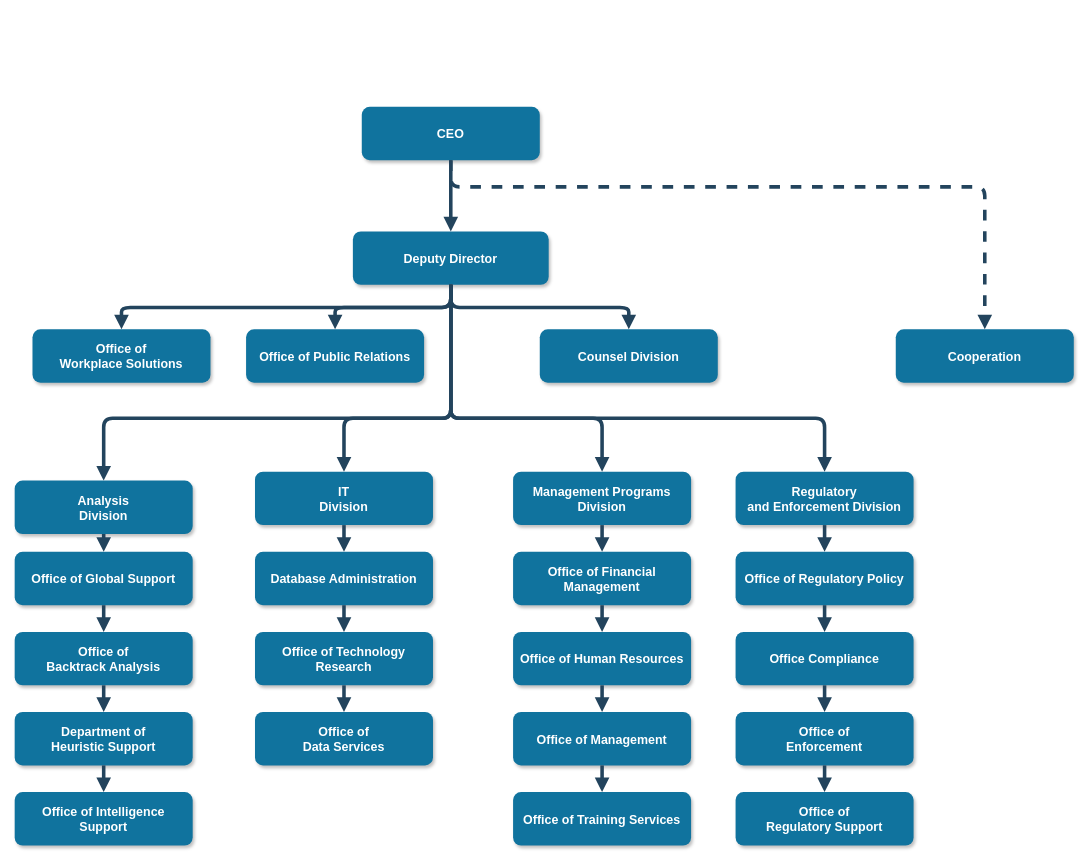
Before: organization-chart-fti.drawio in MbalamulaS/tech-diagrams, a draw.io diagram. Source tidied: cells renumbered, new cells numbered last; positions are measured from the earlier drawing's top-left corner, leaving out a move shared by most shapes. Both pictures are drawn from the tidied source at 89%, with x=0, y=0 at pixel (14, 107).
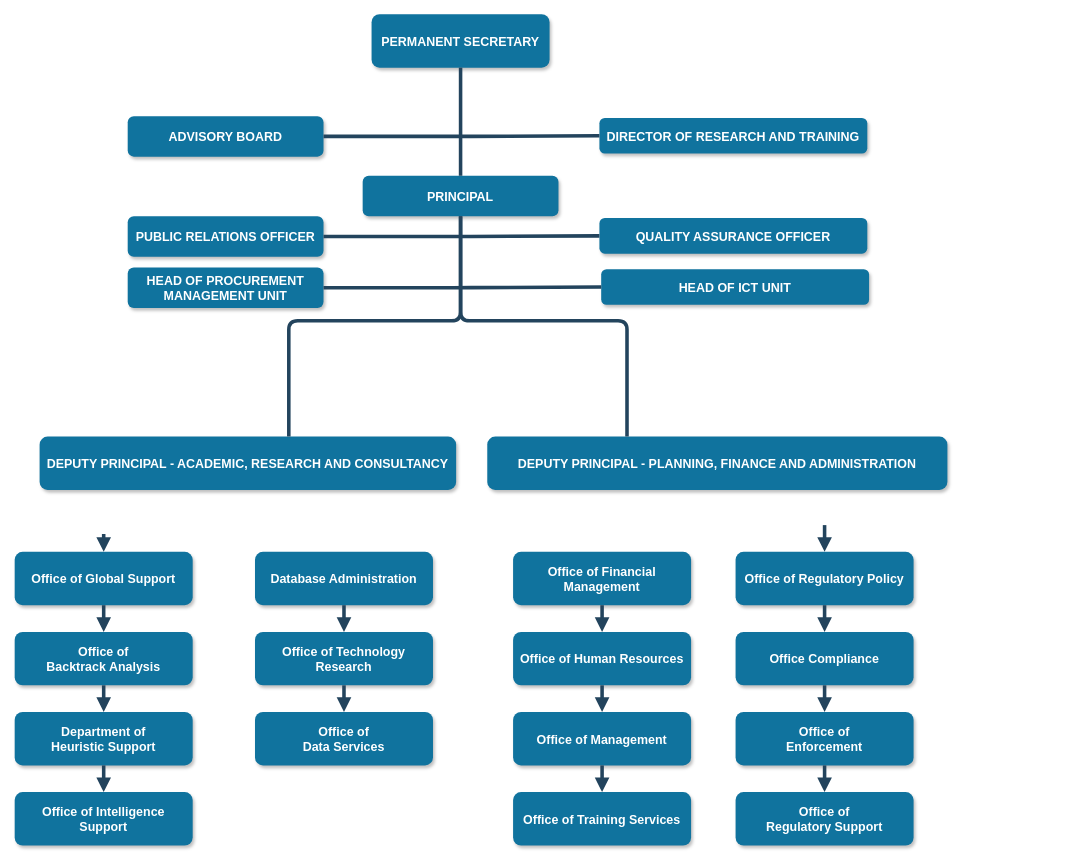
Above is the later version.

The change refers to these unchanged cells:
```xml
<mxCell id="9" value="Office of Global Support" style="rounded=1;fillColor=#10739E;strokeColor=none;shadow=1;gradientColor=none;fontStyle=1;fontColor=#FFFFFF;fontSize=14;" parent="1" vertex="1">
  <mxGeometry y="499.5" width="200" height="60" as="geometry" />
</mxCell>
<mxCell id="14" value="Database Administration" style="rounded=1;fillColor=#10739E;strokeColor=none;shadow=1;gradientColor=none;fontStyle=1;fontColor=#FFFFFF;fontSize=14;" parent="1" vertex="1">
  <mxGeometry x="270" y="499.5" width="200" height="60" as="geometry" />
</mxCell>
<mxCell id="18" value="Office of Financial &#10;Management" style="rounded=1;fillColor=#10739E;strokeColor=none;shadow=1;gradientColor=none;fontStyle=1;fontColor=#FFFFFF;fontSize=14;" parent="1" vertex="1">
  <mxGeometry x="560" y="499.5" width="200" height="60" as="geometry" />
</mxCell>
<mxCell id="23" value="Office of Regulatory Policy" style="rounded=1;fillColor=#10739E;strokeColor=none;shadow=1;gradientColor=none;fontStyle=1;fontColor=#FFFFFF;fontSize=14;" parent="1" vertex="1">
  <mxGeometry x="810" y="499.5" width="200" height="60" as="geometry" />
</mxCell>
```

Diff of the diagram source:
```diff
@@
-    <mxCell id="2" value="CEO" style="rounded=1;fillColor=#10739E;strokeColor=none;shadow=1;gradientColor=none;fontStyle=1;fontColor=#FFFFFF;fontSize=14;" parent="1" vertex="1">
-      <mxGeometry x="390" y="-0.5" width="200" height="60" as="geometry" />
+    <mxCell id="2" value="PERMANENT SECRETARY" style="rounded=1;fillColor=#10739E;strokeColor=none;shadow=1;gradientColor=none;fontStyle=1;fontColor=#FFFFFF;fontSize=14;" parent="1" vertex="1">
+      <mxGeometry x="401" y="-104.5" width="200" height="60" as="geometry" />
     </mxCell>
-    <mxCell id="3" value="Deputy Director" style="rounded=1;fillColor=#10739E;strokeColor=none;shadow=1;gradientColor=none;fontStyle=1;fontColor=#FFFFFF;fontSize=14;" parent="1" vertex="1">
-      <mxGeometry x="380" y="139.5" width="220" height="60" as="geometry" />
+    <mxCell id="3" value="PRINCIPAL" style="rounded=1;fillColor=#10739E;strokeColor=none;shadow=1;gradientColor=none;fontStyle=1;fontColor=#FFFFFF;fontSize=14;" parent="1" vertex="1">
+      <mxGeometry x="391" y="77" width="220" height="45.5" as="geometry" />
     </mxCell>
-    <mxCell id="4" value="Office of &#10;Workplace Solutions" style="rounded=1;fillColor=#10739E;strokeColor=none;shadow=1;gradientColor=none;fontStyle=1;fontColor=#FFFFFF;fontSize=14;" parent="1" vertex="1">
-      <mxGeometry x="20" y="249.5" width="200" height="60" as="geometry" />
-    </mxCell>
-    <mxCell id="5" value="Office of Public Relations" style="rounded=1;fillColor=#10739E;strokeColor=none;shadow=1;gradientColor=none;fontStyle=1;fontColor=#FFFFFF;fontSize=14;" parent="1" vertex="1">
-      <mxGeometry x="260" y="249.5" width="200" height="60" as="geometry" />
-    </mxCell>
-    <mxCell id="6" value="Counsel Division" style="rounded=1;fillColor=#10739E;strokeColor=none;shadow=1;gradientColor=none;fontStyle=1;fontColor=#FFFFFF;fontSize=14;" parent="1" vertex="1">
-      <mxGeometry x="590" y="249.5" width="200" height="60" as="geometry" />
-    </mxCell>
-    <mxCell id="7" value="Cooperation" style="rounded=1;fillColor=#10739E;strokeColor=none;shadow=1;gradientColor=none;fontStyle=1;fontColor=#FFFFFF;fontSize=14;" parent="1" vertex="1">
-      <mxGeometry x="990" y="249.5" width="200" height="60" as="geometry" />
-    </mxCell>
-    <mxCell id="8" value="Analysis &#10;Division" style="rounded=1;fillColor=#10739E;strokeColor=none;shadow=1;gradientColor=none;fontStyle=1;fontColor=#FFFFFF;fontSize=14;" parent="1" vertex="1">
-      <mxGeometry y="419.5" width="200" height="60" as="geometry" />
-    </mxCell>
@@
-    <mxCell id="13" value="IT&#10;Division" style="rounded=1;fillColor=#10739E;strokeColor=none;shadow=1;gradientColor=none;fontStyle=1;fontColor=#FFFFFF;fontSize=14;" parent="1" vertex="1">
-      <mxGeometry x="270" y="409.5" width="200" height="60" as="geometry" />
+    <mxCell id="13" value="DEPUTY PRINCIPAL - ACADEMIC, RESEARCH AND CONSULTANCY" style="rounded=1;fillColor=#10739E;strokeColor=none;shadow=1;gradientColor=none;fontStyle=1;fontColor=#FFFFFF;fontSize=14;" parent="1" vertex="1">
+      <mxGeometry x="28" y="370" width="468" height="60" as="geometry" />
     </mxCell>
@@
-    <mxCell id="17" value="Management Programs &#10;Division" style="rounded=1;fillColor=#10739E;strokeColor=none;shadow=1;gradientColor=none;fontStyle=1;fontColor=#FFFFFF;fontSize=14;" parent="1" vertex="1">
-      <mxGeometry x="560" y="409.5" width="200" height="60" as="geometry" />
+    <mxCell id="17" value="DEPUTY PRINCIPAL - PLANNING, FINANCE AND ADMINISTRATION" style="rounded=1;fillColor=#10739E;strokeColor=none;shadow=1;gradientColor=none;fontStyle=1;fontColor=#FFFFFF;fontSize=14;" parent="1" vertex="1">
+      <mxGeometry x="531" y="370" width="517" height="60" as="geometry" />
     </mxCell>
@@
-    <mxCell id="22" value="Regulatory &#10;and Enforcement Division" style="rounded=1;fillColor=#10739E;strokeColor=none;shadow=1;gradientColor=none;fontStyle=1;fontColor=#FFFFFF;fontSize=14;" parent="1" vertex="1">
-      <mxGeometry x="810" y="409.5" width="200" height="60" as="geometry" />
-    </mxCell>
@@
-    <mxCell id="27" style="edgeStyle=elbowEdgeStyle;elbow=vertical;strokeWidth=4;endArrow=block;endFill=1;fontStyle=1;strokeColor=#23445D;" parent="1" edge="1" source="2" target="3">
+    <mxCell id="27" style="edgeStyle=elbowEdgeStyle;elbow=horizontal;strokeWidth=4;endArrow=none;endFill=1;fontStyle=1;strokeColor=#23445D;" parent="1" edge="1" source="2" target="3">
       <mxGeometry x="22" y="165.5" as="geometry" />
     </mxCell>
-    <mxCell id="28" style="edgeStyle=elbowEdgeStyle;elbow=vertical;strokeWidth=4;endArrow=block;endFill=1;fontStyle=1;strokeColor=#23445D;" parent="1" edge="1" source="3" target="5">
-      <mxGeometry x="22" y="165.5" as="geometry" />
-    </mxCell>
-    <mxCell id="29" style="edgeStyle=elbowEdgeStyle;elbow=vertical;strokeWidth=4;endArrow=block;endFill=1;fontStyle=1;strokeColor=#23445D;" parent="1" edge="1" source="3" target="4">
-      <mxGeometry x="22" y="165.5" as="geometry" />
-    </mxCell>
-    <mxCell id="30" style="edgeStyle=elbowEdgeStyle;elbow=vertical;strokeWidth=4;endArrow=block;endFill=1;fontStyle=1;strokeColor=#23445D;" parent="1" edge="1" source="3" target="6">
-      <mxGeometry x="22" y="165.5" as="geometry" />
-    </mxCell>
-    <mxCell id="31" style="edgeStyle=elbowEdgeStyle;elbow=vertical;strokeWidth=4;endArrow=block;endFill=1;fontStyle=1;dashed=1;strokeColor=#23445D;" parent="1" edge="1" source="2" target="7">
-      <mxGeometry x="22" y="165.5" as="geometry">
-        <Array as="points">
-          <mxPoint x="780" y="89.5" />
-        </Array>
-      </mxGeometry>
-    </mxCell>
-    <mxCell id="32" style="edgeStyle=elbowEdgeStyle;elbow=vertical;strokeWidth=4;endArrow=block;endFill=1;fontStyle=1;strokeColor=#23445D;" parent="1" edge="1" source="3" target="8">
-      <mxGeometry x="22" y="165.5" as="geometry">
-        <Array as="points">
-          <mxPoint x="270" y="349.5" />
-        </Array>
-      </mxGeometry>
-    </mxCell>
-    <mxCell id="33" style="edgeStyle=elbowEdgeStyle;elbow=vertical;strokeWidth=4;endArrow=block;endFill=1;fontStyle=1;strokeColor=#23445D;" parent="1" edge="1" source="3" target="22">
-      <mxGeometry x="22" y="165.5" as="geometry">
-        <Array as="points">
-          <mxPoint x="690" y="349.5" />
-        </Array>
-      </mxGeometry>
-    </mxCell>
-    <mxCell id="34" style="edgeStyle=elbowEdgeStyle;elbow=vertical;strokeWidth=4;endArrow=block;endFill=1;fontStyle=1;strokeColor=#23445D;" parent="1" edge="1" source="8" target="9">
-      <mxGeometry x="62" y="165.5" as="geometry" />
+    <mxCell id="34" style="edgeStyle=elbowEdgeStyle;elbow=vertical;strokeWidth=4;endArrow=block;endFill=1;fontStyle=1;strokeColor=#23445D;" parent="1" edge="1" target="9">
+      <mxGeometry x="62" y="165.5" as="geometry">
+        <mxPoint x="100" y="479.5" as="sourcePoint" />
+      </mxGeometry>
     </mxCell>
@@
-    <mxCell id="38" style="edgeStyle=elbowEdgeStyle;elbow=vertical;strokeWidth=4;endArrow=block;endFill=1;fontStyle=1;strokeColor=#23445D;" parent="1" edge="1" source="13" target="14">
-      <mxGeometry x="62" y="165.5" as="geometry" />
-    </mxCell>
@@
-    <mxCell id="41" style="edgeStyle=elbowEdgeStyle;elbow=vertical;strokeWidth=4;endArrow=block;endFill=1;fontStyle=1;strokeColor=#23445D;" parent="1" edge="1" source="17" target="18">
-      <mxGeometry x="72" y="165.5" as="geometry" />
-    </mxCell>
@@
-    <mxCell id="45" style="edgeStyle=elbowEdgeStyle;elbow=vertical;strokeWidth=4;endArrow=block;endFill=1;fontStyle=1;strokeColor=#23445D;" parent="1" edge="1" source="22" target="23">
-      <mxGeometry x="72" y="165.5" as="geometry" />
+    <mxCell id="45" style="edgeStyle=elbowEdgeStyle;elbow=vertical;strokeWidth=4;endArrow=block;endFill=1;fontStyle=1;strokeColor=#23445D;" parent="1" edge="1" target="23">
+      <mxGeometry x="72" y="165.5" as="geometry">
+        <mxPoint x="910" y="469.5" as="sourcePoint" />
+      </mxGeometry>
     </mxCell>
@@
-    <mxCell id="49" style="edgeStyle=elbowEdgeStyle;elbow=vertical;strokeWidth=4;endArrow=block;endFill=1;fontStyle=1;strokeColor=#23445D;" parent="1" edge="1" source="3" target="13">
+    <mxCell id="49" style="edgeStyle=elbowEdgeStyle;elbow=vertical;strokeWidth=4;endArrow=none;endFill=1;fontStyle=1;strokeColor=#23445D;" parent="1" edge="1" source="3">
       <mxGeometry x="22" y="165.5" as="geometry">
+        <mxPoint x="308" y="370" as="targetPoint" />
         <Array as="points">
-          <mxPoint x="370" y="349.5" />
+          <mxPoint x="308" y="240" />
         </Array>
       </mxGeometry>
     </mxCell>
-    <mxCell id="50" style="edgeStyle=elbowEdgeStyle;elbow=vertical;strokeWidth=4;endArrow=block;endFill=1;fontStyle=1;strokeColor=#23445D;" parent="1" edge="1" source="3" target="17">
+    <mxCell id="50" style="edgeStyle=elbowEdgeStyle;elbow=vertical;strokeWidth=4;endArrow=none;endFill=1;fontStyle=1;strokeColor=#23445D;" parent="1" edge="1" source="3">
       <mxGeometry x="22" y="165.5" as="geometry">
+        <mxPoint x="688" y="370" as="targetPoint" />
         <Array as="points">
-          <mxPoint x="660" y="349.5" />
+          <mxPoint x="688" y="240" />
         </Array>
       </mxGeometry>
     </mxCell>
+    <mxCell id="51" value="ADVISORY BOARD" style="rounded=1;fillColor=#10739E;strokeColor=none;shadow=1;gradientColor=none;fontStyle=1;fontColor=#FFFFFF;fontSize=14;" parent="1" vertex="1">
+      <mxGeometry x="127" y="10" width="220" height="45.5" as="geometry" />
+    </mxCell>
+    <mxCell id="52" value="DIRECTOR OF RESEARCH AND TRAINING" style="rounded=1;fillColor=#10739E;strokeColor=none;shadow=1;gradientColor=none;fontStyle=1;fontColor=#FFFFFF;fontSize=14;" parent="1" vertex="1">
+      <mxGeometry x="657" y="12" width="301" height="40" as="geometry" />
+    </mxCell>
+    <mxCell id="53" style="edgeStyle=elbowEdgeStyle;elbow=horizontal;strokeWidth=4;endArrow=none;endFill=1;fontStyle=1;strokeColor=#23445D;exitX=1;exitY=0.5;exitDx=0;exitDy=0;entryX=0;entryY=0.5;entryDx=0;entryDy=0;" parent="1" edge="1" source="51" target="52">
+      <mxGeometry x="22" y="165.5" as="geometry" />
+    </mxCell>
+    <mxCell id="54" value="PUBLIC RELATIONS OFFICER" style="rounded=1;fillColor=#10739E;strokeColor=none;shadow=1;gradientColor=none;fontStyle=1;fontColor=#FFFFFF;fontSize=14;" parent="1" vertex="1">
+      <mxGeometry x="127" y="122.5" width="220" height="45.5" as="geometry" />
+    </mxCell>
+    <mxCell id="55" value="QUALITY ASSURANCE OFFICER" style="rounded=1;fillColor=#10739E;strokeColor=none;shadow=1;gradientColor=none;fontStyle=1;fontColor=#FFFFFF;fontSize=14;" parent="1" vertex="1">
+      <mxGeometry x="657" y="124.5" width="301" height="40" as="geometry" />
+    </mxCell>
+    <mxCell id="56" style="edgeStyle=elbowEdgeStyle;elbow=horizontal;strokeWidth=4;endArrow=none;endFill=1;fontStyle=1;strokeColor=#23445D;exitX=1;exitY=0.5;exitDx=0;exitDy=0;entryX=0;entryY=0.5;entryDx=0;entryDy=0;" parent="1" edge="1" source="54" target="55">
+      <mxGeometry x="22" y="165.5" as="geometry" />
+    </mxCell>
+    <mxCell id="57" value="HEAD OF PROCUREMENT&#10;MANAGEMENT UNIT" style="rounded=1;fillColor=#10739E;strokeColor=none;shadow=1;gradientColor=none;fontStyle=1;fontColor=#FFFFFF;fontSize=14;" parent="1" vertex="1">
+      <mxGeometry x="127" y="180" width="220" height="45.5" as="geometry" />
+    </mxCell>
+    <mxCell id="58" value="HEAD OF ICT UNIT" style="rounded=1;fillColor=#10739E;strokeColor=none;shadow=1;gradientColor=none;fontStyle=1;fontColor=#FFFFFF;fontSize=14;" parent="1" vertex="1">
+      <mxGeometry x="659" y="182" width="301" height="40" as="geometry" />
+    </mxCell>
+    <mxCell id="59" style="edgeStyle=elbowEdgeStyle;elbow=horizontal;strokeWidth=4;endArrow=none;endFill=1;fontStyle=1;strokeColor=#23445D;exitX=1;exitY=0.5;exitDx=0;exitDy=0;entryX=0;entryY=0.5;entryDx=0;entryDy=0;" parent="1" edge="1" source="57" target="58">
+      <mxGeometry x="22" y="165.5" as="geometry" />
+    </mxCell>
```
